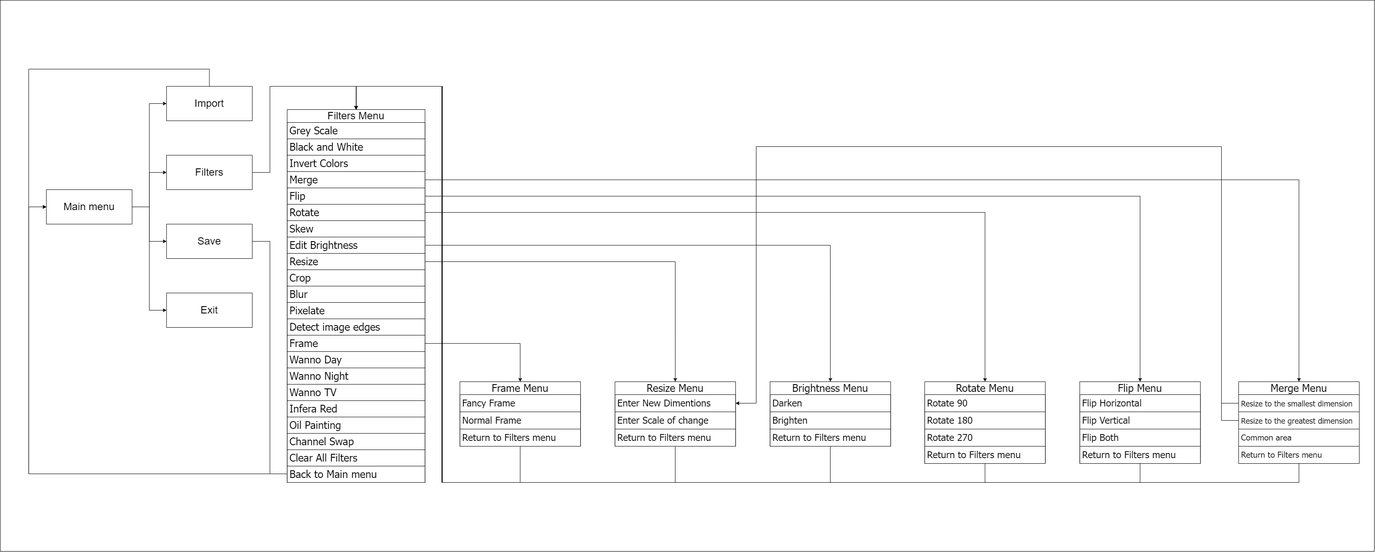
Earlier version of the draw.io export map.png (mohamedtarikz/BabyPhotoshop--Uni_Competition_Project). Source tidied: cells renumbered, new cells last; positions are measured from the earlier drawing's top-left corner, leaving out a move shared by most shapes.
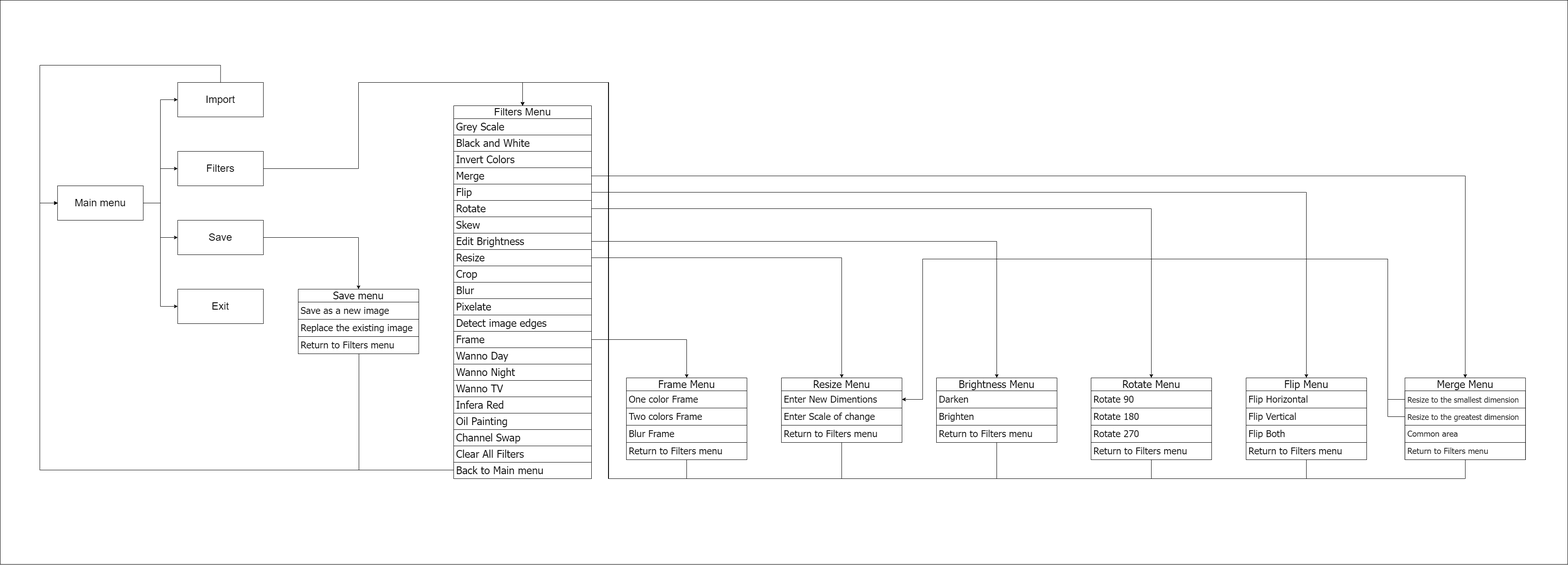
After the change.

What changed in the source:
```diff
@@ -2,9 +2,9 @@
   <root>
     <mxCell id="0" />
     <mxCell id="1" parent="0" />
-    <mxCell id="2" style="rounded=0;whiteSpace=wrap;html=1;" parent="1" vertex="1">
-      <mxGeometry width="3190" height="1280" as="geometry" />
-    </mxCell>
+    <mxCell id="80" style="rounded=0;whiteSpace=wrap;html=1;" parent="1" vertex="1">
+      <mxGeometry x="-386.9" y="9" width="3640" height="1310" as="geometry" />
+    </mxCell>
     <mxCell id="3" style="edgeStyle=orthogonalEdgeStyle;html=1;entryX=0;entryY=0.5;entryDx=0;entryDy=0;fontSize=24;rounded=0;" parent="1" edge="1" source="7" target="9">
       <mxGeometry relative="1" as="geometry" />
     </mxCell>
@@ -18,47 +18,42 @@
       <mxGeometry relative="1" as="geometry" />
     </mxCell>
     <mxCell id="7" value="&lt;font style=&quot;font-size: 24px;&quot;&gt;Main menu&lt;/font&gt;" style="rounded=0;whiteSpace=wrap;html=1;" parent="1" vertex="1">
-      <mxGeometry x="107.1" y="440" width="199" height="80" as="geometry" />
+      <mxGeometry x="-253.8" y="440" width="199" height="80" as="geometry" />
     </mxCell>
-    <mxCell id="8" style="edgeStyle=orthogonalEdgeStyle;rounded=0;html=1;entryX=0;entryY=0.5;entryDx=0;entryDy=0;fontFamily=Tahoma;fontSize=24;" parent="1" edge="1" source="9" target="7">
+    <mxCell id="8" style="edgeStyle=orthogonalEdgeStyle;rounded=0;html=1;entryX=0;entryY=0.5;entryDx=0;entryDy=0;fontFamily=Tahoma;fontSize=24;" parent="1" edge="1">
       <mxGeometry relative="1" as="geometry">
+        <mxPoint x="124.7" y="200" as="sourcePoint" />
+        <mxPoint x="-253.8" y="480" as="targetPoint" />
         <Array as="points">
-          <mxPoint x="486.1" y="160" />
-          <mxPoint x="66.1" y="160" />
-          <mxPoint x="66.1" y="480" />
+          <mxPoint x="125.2" y="160" />
+          <mxPoint x="-294.8" y="160" />
+          <mxPoint x="-294.8" y="480" />
         </Array>
       </mxGeometry>
     </mxCell>
     <mxCell id="9" value="&lt;span style=&quot;font-size: 24px;&quot;&gt;Import&lt;/span&gt;" style="rounded=0;whiteSpace=wrap;html=1;" parent="1" vertex="1">
-      <mxGeometry x="386.1" y="200" width="199" height="80" as="geometry" />
+      <mxGeometry x="25.2" y="200" width="199" height="80" as="geometry" />
     </mxCell>
-    <mxCell id="10" style="edgeStyle=orthogonalEdgeStyle;rounded=0;html=1;entryX=0.5;entryY=0;entryDx=0;entryDy=0;fontSize=24;" parent="1" edge="1" source="11" target="15">
+    <mxCell id="10" style="edgeStyle=orthogonalEdgeStyle;rounded=0;html=1;entryX=0.5;entryY=0;entryDx=0;entryDy=0;" parent="1" edge="1" source="11" target="15">
       <mxGeometry relative="1" as="geometry">
         <Array as="points">
-          <mxPoint x="626.1" y="400" />
-          <mxPoint x="626.1" y="200" />
+          <mxPoint x="445.1" y="400" />
+          <mxPoint x="445.1" y="200" />
           <mxPoint x="826.1" y="200" />
         </Array>
       </mxGeometry>
     </mxCell>
     <mxCell id="11" value="&lt;span style=&quot;font-size: 24px;&quot;&gt;Filters&lt;br&gt;&lt;/span&gt;" style="rounded=0;whiteSpace=wrap;html=1;fillColor=default;" parent="1" vertex="1">
-      <mxGeometry x="386.1" y="360" width="199" height="80" as="geometry" />
+      <mxGeometry x="25.2" y="360" width="199" height="80" as="geometry" />
     </mxCell>
-    <mxCell id="12" style="edgeStyle=orthogonalEdgeStyle;rounded=0;html=1;entryX=0;entryY=0.5;entryDx=0;entryDy=0;fontFamily=Tahoma;fontSize=24;" parent="1" edge="1" source="13" target="7">
-      <mxGeometry relative="1" as="geometry">
-        <Array as="points">
-          <mxPoint x="626.1" y="560" />
-          <mxPoint x="626.1" y="1100" />
-          <mxPoint x="66.1" y="1100" />
-          <mxPoint x="66.1" y="480" />
-        </Array>
-      </mxGeometry>
-    </mxCell>
+    <mxCell id="81" style="edgeStyle=orthogonalEdgeStyle;html=1;entryX=0.5;entryY=0;entryDx=0;entryDy=0;rounded=0;" parent="1" edge="1" source="13" target="84">
+      <mxGeometry relative="1" as="geometry" />
+    </mxCell>
     <mxCell id="13" value="&lt;span style=&quot;font-size: 24px;&quot;&gt;Save&lt;br&gt;&lt;/span&gt;" style="rounded=0;whiteSpace=wrap;html=1;" parent="1" vertex="1">
-      <mxGeometry x="386.1" y="520" width="199" height="80" as="geometry" />
+      <mxGeometry x="25.2" y="520" width="199" height="80" as="geometry" />
     </mxCell>
     <mxCell id="14" value="&lt;span style=&quot;font-size: 24px;&quot;&gt;Exit&lt;br&gt;&lt;/span&gt;" style="rounded=0;whiteSpace=wrap;html=1;" parent="1" vertex="1">
-      <mxGeometry x="386.1" y="680" width="199" height="80" as="geometry" />
+      <mxGeometry x="25.2" y="680" width="199" height="80" as="geometry" />
     </mxCell>
     <mxCell id="15" value="Filters Menu" style="swimlane;fontStyle=0;horizontal=1;startSize=30;whiteSpace=wrap;html=1;fontSize=24;strokeWidth=1;spacingTop=0;rotation=0;spacingBottom=0;spacing=0;labelBorderColor=none;swimlaneLine=1;perimeterSpacing=0;swimlaneFillColor=default;fillColor=default;" parent="1" vertex="1">
       <mxGeometry x="666.1" y="254" width="320" height="866" as="geometry" />
@@ -132,8 +127,8 @@
     <mxCell id="38" style="edgeStyle=orthogonalEdgeStyle;rounded=0;html=1;entryX=0;entryY=0.5;entryDx=0;entryDy=0;fontFamily=Tahoma;fontSize=24;" parent="1" edge="1" source="37" target="7">
       <mxGeometry relative="1" as="geometry">
         <Array as="points">
-          <mxPoint x="66.1" y="1100" />
-          <mxPoint x="66.1" y="480" />
+          <mxPoint x="-294.8" y="1100" />
+          <mxPoint x="-294.8" y="480" />
         </Array>
       </mxGeometry>
     </mxCell>
@@ -256,16 +251,19 @@
       </mxGeometry>
     </mxCell>
     <mxCell id="66" value="Frame Menu" style="swimlane;fontStyle=0;horizontal=1;startSize=30;whiteSpace=wrap;html=1;labelBorderColor=none;sketch=0;strokeWidth=1;fontFamily=Tahoma;fontSize=24;swimlaneFillColor=default;gradientColor=none;" parent="1" vertex="1">
-      <mxGeometry x="1067.1" y="886" width="280" height="150" as="geometry" />
+      <mxGeometry x="1067.1" y="886" width="280" height="190" as="geometry" />
     </mxCell>
+    <mxCell id="68" value="One color Frame" style="text;strokeColor=default;fillColor=none;align=left;verticalAlign=middle;spacingLeft=4;spacingRight=4;overflow=hidden;whiteSpace=wrap;html=1;labelBorderColor=none;sketch=0;strokeWidth=1;fontFamily=Tahoma;fontSize=22;" parent="66" vertex="1">
+      <mxGeometry y="30" width="280" height="40" as="geometry" />
+    </mxCell>
-    <mxCell id="67" value="Fancy Frame" style="text;strokeColor=default;fillColor=none;align=left;verticalAlign=middle;spacingLeft=4;spacingRight=4;overflow=hidden;whiteSpace=wrap;html=1;labelBorderColor=none;sketch=0;strokeWidth=1;fontFamily=Tahoma;fontSize=22;" parent="66" vertex="1">
-      <mxGeometry y="30" width="280" height="40" as="geometry" />
+    <mxCell id="67" value="Two colors Frame" style="text;strokeColor=default;fillColor=none;align=left;verticalAlign=middle;spacingLeft=4;spacingRight=4;overflow=hidden;whiteSpace=wrap;html=1;labelBorderColor=none;sketch=0;strokeWidth=1;fontFamily=Tahoma;fontSize=22;" parent="66" vertex="1">
+      <mxGeometry y="70" width="280" height="40" as="geometry" />
     </mxCell>
-    <mxCell id="68" value="Normal Frame" style="text;strokeColor=default;fillColor=none;align=left;verticalAlign=middle;spacingLeft=4;spacingRight=4;overflow=hidden;whiteSpace=wrap;html=1;labelBorderColor=none;sketch=0;strokeWidth=1;fontFamily=Tahoma;fontSize=22;" parent="66" vertex="1">
-      <mxGeometry y="70" width="280" height="40" as="geometry" />
-    </mxCell>
+    <mxCell id="82" value="Blur Frame" style="text;strokeColor=default;fillColor=none;align=left;verticalAlign=middle;spacingLeft=4;spacingRight=4;overflow=hidden;whiteSpace=wrap;html=1;labelBorderColor=none;sketch=0;strokeWidth=1;fontFamily=Tahoma;fontSize=22;" parent="66" vertex="1">
+      <mxGeometry y="110" width="280" height="40" as="geometry" />
+    </mxCell>
     <mxCell id="69" value="Return to Filters menu" style="text;strokeColor=default;fillColor=none;align=left;verticalAlign=middle;spacingLeft=4;spacingRight=4;overflow=hidden;whiteSpace=wrap;html=1;labelBorderColor=none;sketch=0;strokeWidth=1;fontFamily=Tahoma;fontSize=22;" parent="66" vertex="1">
-      <mxGeometry y="110" width="280" height="40" as="geometry" />
+      <mxGeometry y="150" width="280" height="40" as="geometry" />
     </mxCell>
     <mxCell id="70" style="edgeStyle=orthogonalEdgeStyle;rounded=0;html=1;entryX=0.5;entryY=0;entryDx=0;entryDy=0;fontFamily=Tahoma;fontSize=22;" parent="1" edge="1" source="29" target="66">
       <mxGeometry relative="1" as="geometry" />
@@ -302,8 +300,8 @@
       <mxGeometry relative="1" as="geometry">
         <Array as="points">
           <mxPoint x="2835" y="936" />
-          <mxPoint x="2835" y="340" />
-          <mxPoint x="1755" y="340" />
+          <mxPoint x="2835" y="610" />
+          <mxPoint x="1755" y="610" />
           <mxPoint x="1755" y="936" />
         </Array>
       </mxGeometry>
@@ -312,11 +310,34 @@
       <mxGeometry relative="1" as="geometry">
         <Array as="points">
           <mxPoint x="2835" y="976" />
-          <mxPoint x="2835" y="340" />
-          <mxPoint x="1755" y="340" />
+          <mxPoint x="2835" y="610" />
+          <mxPoint x="1755" y="610" />
           <mxPoint x="1755" y="936" />
         </Array>
       </mxGeometry>
     </mxCell>
+    <mxCell id="83" style="edgeStyle=orthogonalEdgeStyle;rounded=0;html=1;entryX=0;entryY=0.5;entryDx=0;entryDy=0;" parent="1" edge="1">
+      <mxGeometry relative="1" as="geometry">
+        <mxPoint x="446.1" y="830" as="sourcePoint" />
+        <mxPoint x="-252.8" y="480" as="targetPoint" />
+        <Array as="points">
+          <mxPoint x="446.1" y="1100" />
+          <mxPoint x="-294.9" y="1100" />
+          <mxPoint x="-294.9" y="480" />
+        </Array>
+      </mxGeometry>
+    </mxCell>
+    <mxCell id="84" value="Save menu" style="swimlane;fontStyle=0;horizontal=1;startSize=30;whiteSpace=wrap;html=1;labelBorderColor=none;sketch=0;strokeWidth=1;fontFamily=Tahoma;fontSize=24;swimlaneFillColor=default;gradientColor=none;" parent="1" vertex="1">
+      <mxGeometry x="305.1" y="680" width="280" height="150" as="geometry" />
+    </mxCell>
+    <mxCell id="85" value="Save as a new image" style="text;strokeColor=default;fillColor=none;align=left;verticalAlign=middle;spacingLeft=4;spacingRight=4;overflow=hidden;whiteSpace=wrap;html=1;labelBorderColor=none;sketch=0;strokeWidth=1;fontFamily=Tahoma;fontSize=22;" parent="84" vertex="1">
+      <mxGeometry y="30" width="280" height="40" as="geometry" />
+    </mxCell>
+    <mxCell id="86" value="Replace the existing image" style="text;strokeColor=default;fillColor=none;align=left;verticalAlign=middle;spacingLeft=4;spacingRight=4;overflow=hidden;whiteSpace=wrap;html=1;labelBorderColor=none;sketch=0;strokeWidth=1;fontFamily=Tahoma;fontSize=22;" parent="84" vertex="1">
+      <mxGeometry y="70" width="280" height="40" as="geometry" />
+    </mxCell>
+    <mxCell id="87" value="Return to Filters menu" style="text;strokeColor=default;fillColor=none;align=left;verticalAlign=middle;spacingLeft=4;spacingRight=4;overflow=hidden;whiteSpace=wrap;html=1;labelBorderColor=none;sketch=0;strokeWidth=1;fontFamily=Tahoma;fontSize=22;" parent="84" vertex="1">
+      <mxGeometry y="110" width="280" height="40" as="geometry" />
+    </mxCell>
   </root>
 </mxGraphModel>
```
